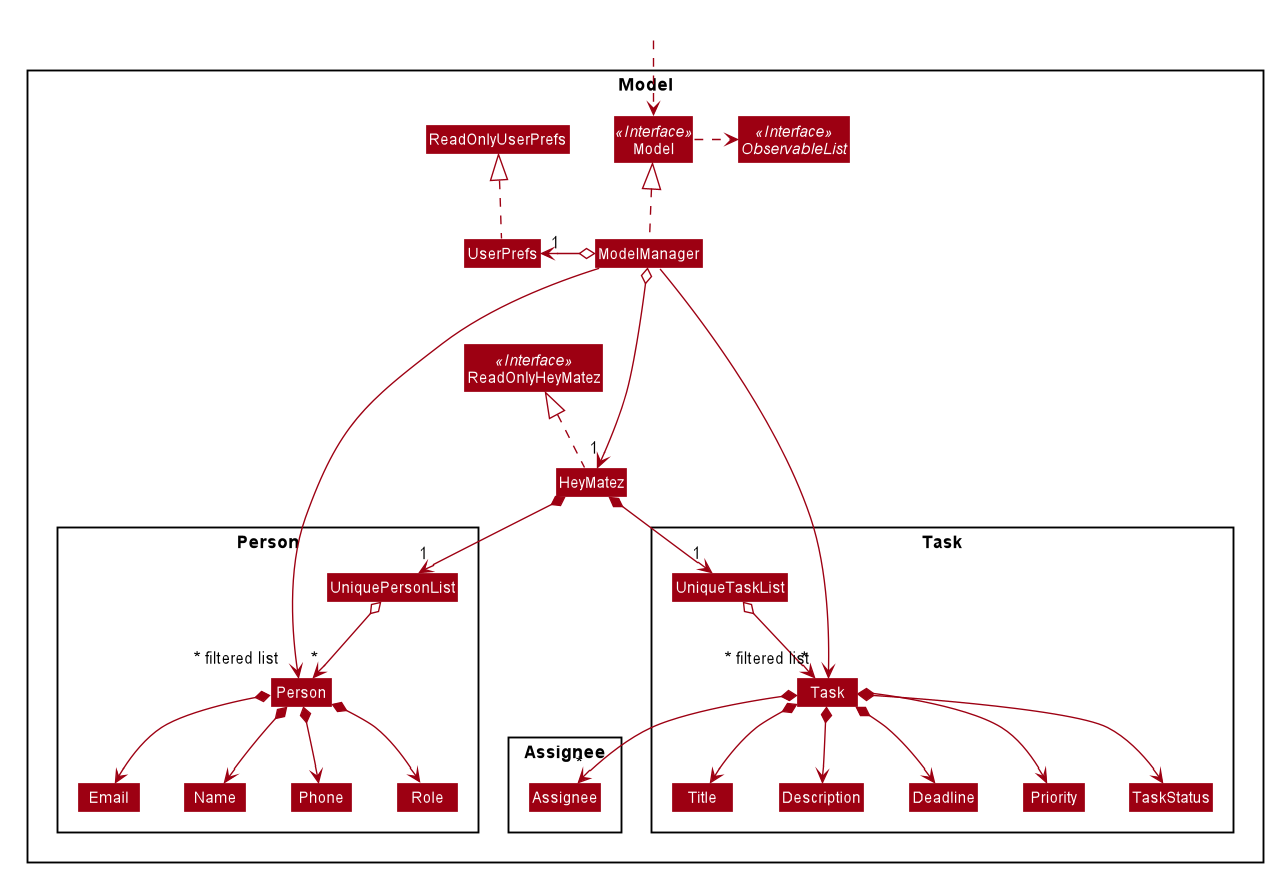
nus-cs2103-AY2021S2/tp keeps this PlantUML diagram as docs/images/ModelClassDiagram.png. Above is the earlier version.
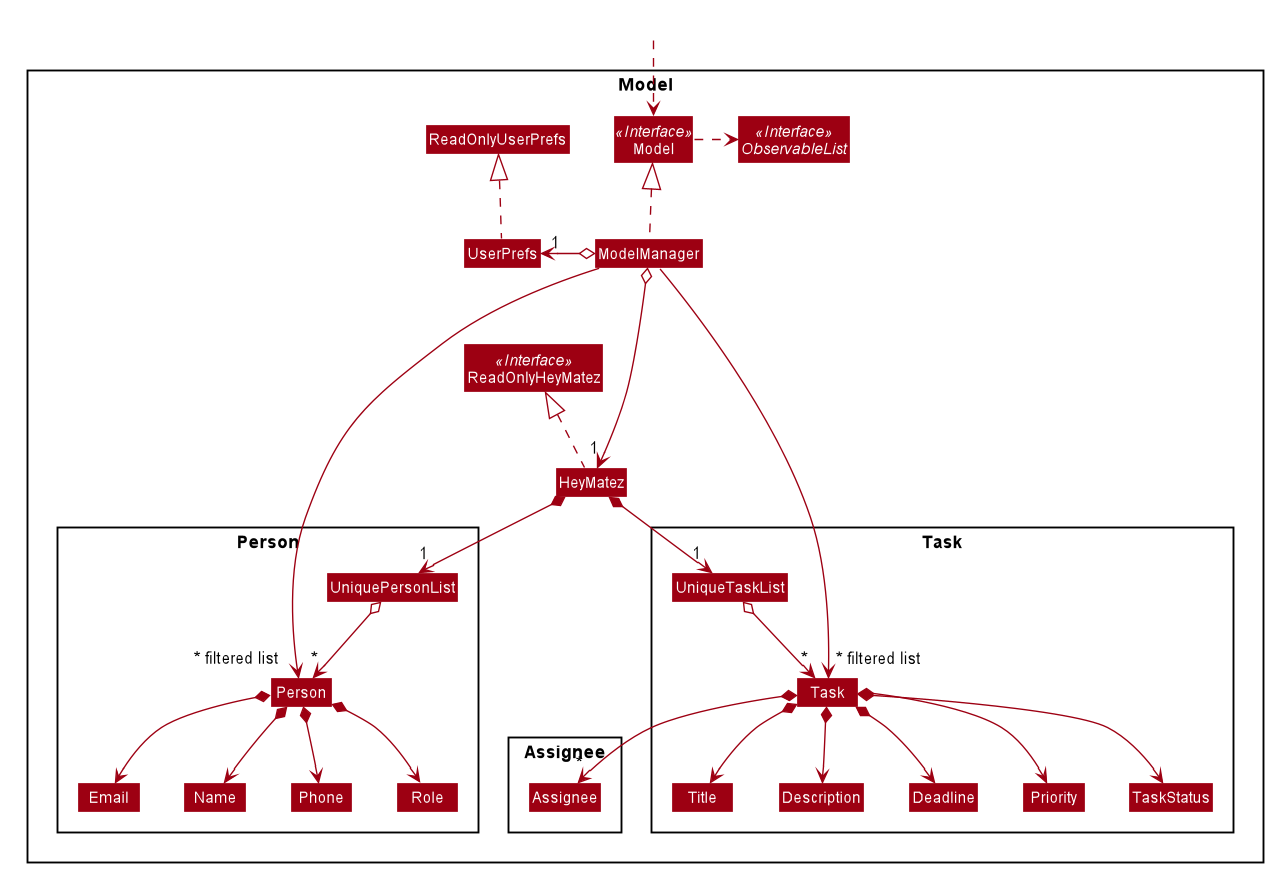
Later version of the same file.

Commit message:
Update sequence diagram

Diff of the diagram source:
```diff
@@ -114,5 +114,5 @@
 Task *--> "*" Assignee
 
 ModelManager ----->" ~* filtered list" Person
-ModelManager ----->" ~* filtered list" Task
+ModelManager ----->" \n\n\n~* filtered list" Task
 @enduml
```
